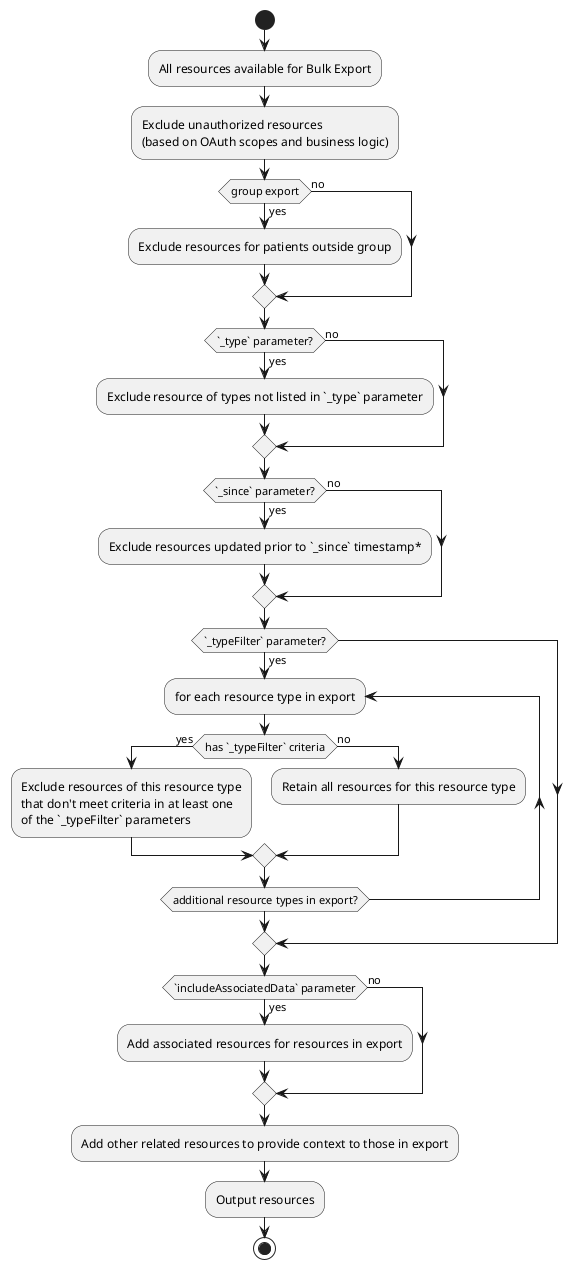
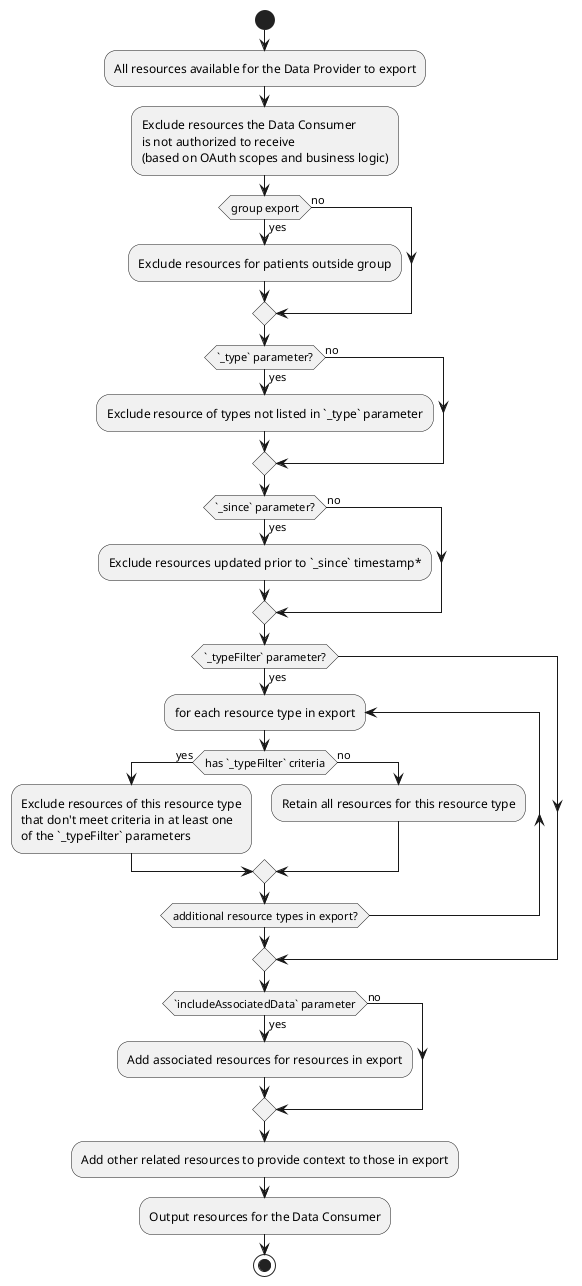
@startuml
start
- :All resources available for Bulk Export;
- :Exclude unauthorized resources
+ :All resources available for the Data Provider to export;
+ :Exclude resources the Data Consumer
+ is not authorized to receive
(based on OAuth scopes and business logic);
if (group export) then (yes)
  :Exclude resources for patients outside group;
else (no)
endif
if (`_type` parameter?) then (yes)
  :Exclude resource of types not listed in `_type` parameter;
else (no)
endif
if (`_since` parameter?) then (yes)
  :Exclude resources updated prior to `_since` timestamp*;
else (no)
endif
if (`_typeFilter` parameter?) then (yes)
  repeat :for each resource type in export;
  if (has `_typeFilter` criteria) then (yes)
    :Exclude resources of this resource type
    that don't meet criteria in at least one
    of the `_typeFilter` parameters;
  else (no)
    :Retain all resources for this resource type;
  endif
  repeat while (additional resource types in export?);
endif
if (`includeAssociatedData` parameter) then (yes)
  :Add associated resources for resources in export;
else (no)
endif
:Add other related resources to provide context to those in export;
- :Output resources;
+ :Output resources for the Data Consumer;
stop
- @enduml+ @enduml
